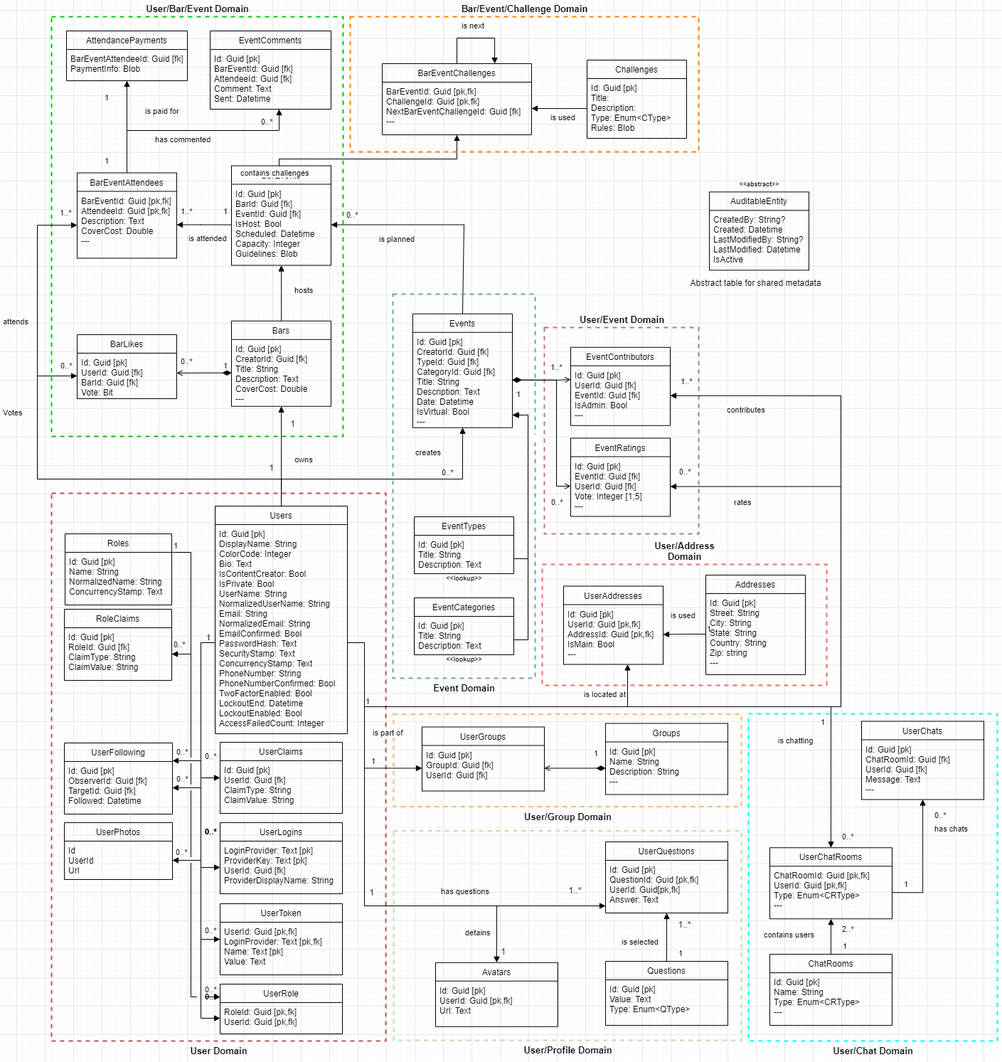
Earlier version of the draw.io export Documentation/Diagrams/Domain/class_uml.drawio.png (Super0silveR/DowntownApp-CAPSTONE). Source tidied: cells renumbered, new cells last; positions are measured from the earlier drawing's top-left corner, leaving out a move shared by most shapes.
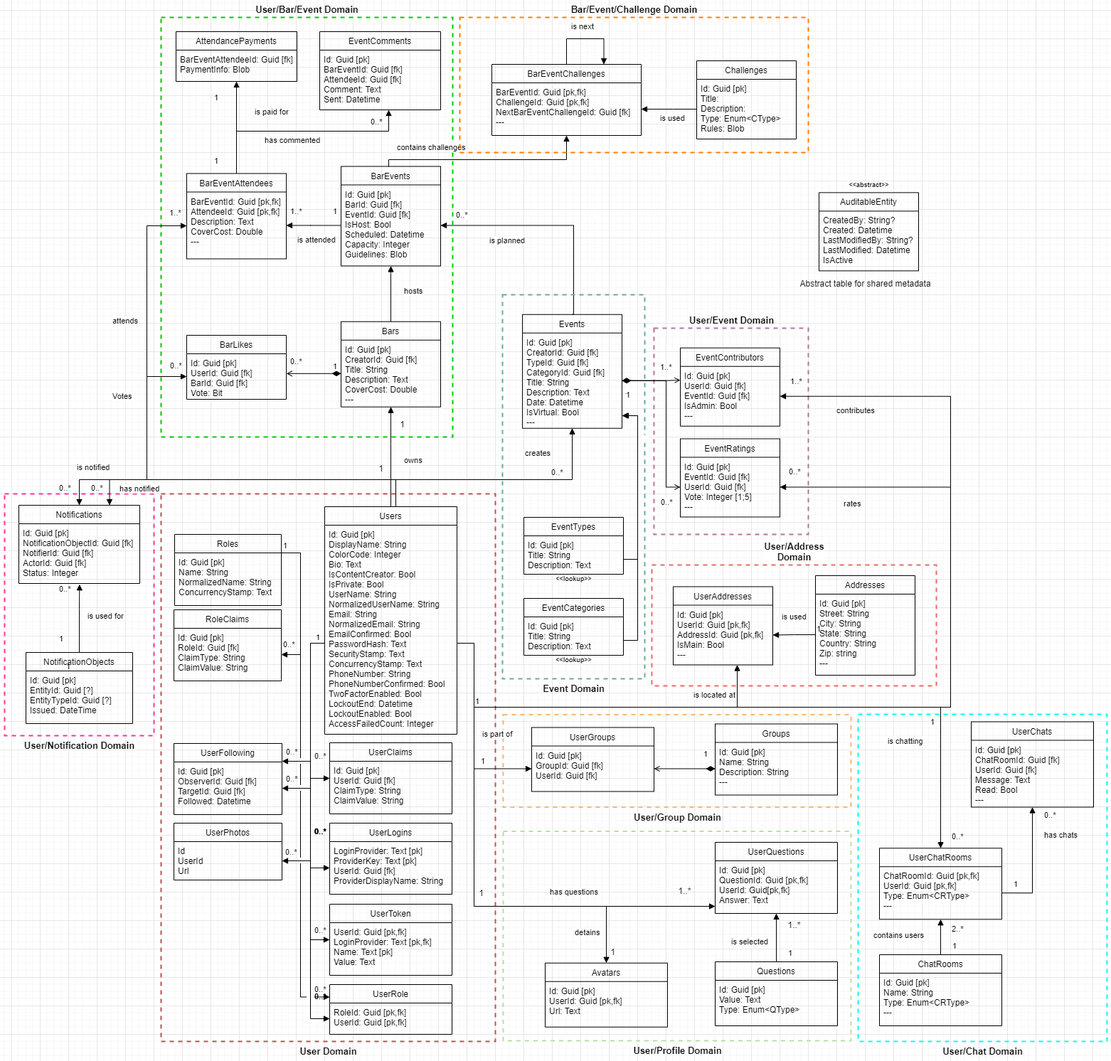
Above is the later version.

Commit message:
changes to our uml diagram. added notifications and small update to userchats

The edit, as a diff of the source:
```diff
@@ -2,6 +2,9 @@
   <root>
     <mxCell id="0" />
     <mxCell id="1" parent="0" />
+    <mxCell id="179" value="&lt;b&gt;&lt;font style=&quot;font-size: 13px;&quot;&gt;User/Notification Domain&lt;/font&gt;&lt;/b&gt;" style="verticalLabelPosition=bottom;verticalAlign=top;html=1;shape=mxgraph.basic.rect;fillColor2=none;strokeWidth=2;size=20;indent=5;fillColor=none;dashed=1;strokeColor=#FF3399;" parent="1" vertex="1">
+      <mxGeometry x="-200" y="670" width="210" height="340" as="geometry" />
+    </mxCell>
     <mxCell id="2" value="&lt;b&gt;&lt;font style=&quot;font-size: 13px;&quot;&gt;User/Chat Domain&lt;/font&gt;&lt;/b&gt;" style="verticalLabelPosition=bottom;verticalAlign=top;html=1;shape=mxgraph.basic.rect;fillColor2=none;strokeWidth=2;size=20;indent=5;fillColor=none;dashed=1;strokeColor=#00FFFF;" parent="1" vertex="1">
       <mxGeometry x="1000" y="980" width="350" height="460" as="geometry" />
     </mxCell>
@@ -619,13 +622,12 @@
       </mxGeometry>
     </mxCell>
     <mxCell id="141" value="contains challenges" style="endArrow=block;endFill=1;html=1;align=left;verticalAlign=top;rounded=0;edgeStyle=orthogonalEdgeStyle;" parent="1" edge="1" target="167">
-      <mxGeometry x="-0.93" y="36" relative="1" as="geometry">
+      <mxGeometry x="-0.86" y="30" relative="1" as="geometry">
         <mxPoint x="340" y="210" as="sourcePoint" />
         <Array as="points">
           <mxPoint x="340" y="200" />
           <mxPoint x="590" y="200" />
         </Array>
-        <mxPoint x="-20" y="6" as="offset" />
       </mxGeometry>
     </mxCell>
     <mxCell id="142" value="UserAddresses" style="swimlane;fontStyle=0;horizontal=1;startSize=26;fillColor=none;" parent="1" vertex="1">
@@ -659,10 +661,10 @@
       <mxGeometry y="26" width="172" height="74" as="geometry" />
     </mxCell>
     <mxCell id="152" value="UserChats" style="swimlane;fontStyle=0;horizontal=1;startSize=26;fillColor=none;labelBackgroundColor=none;" parent="1" vertex="1">
-      <mxGeometry x="1159" y="990.5" width="172" height="110" as="geometry" />
+      <mxGeometry x="1159" y="990.5" width="172" height="120" as="geometry" />
     </mxCell>
-    <mxCell id="153" value="Id: Guid [pk]&#10;ChatRoomId: Guid [fk]&#10;UserId: Guid [fk]&#10;Message: Text&#10;---" style="text;strokeColor=none;fillColor=none;align=left;verticalAlign=top;spacingLeft=4;spacingRight=4;overflow=hidden;labelBackgroundColor=none;" parent="152" vertex="1">
-      <mxGeometry y="26" width="172" height="84" as="geometry" />
+    <mxCell id="153" value="Id: Guid [pk]&#10;ChatRoomId: Guid [fk]&#10;UserId: Guid [fk]&#10;Message: Text&#10;Read: Bool&#10;---" style="text;strokeColor=none;fillColor=none;align=left;verticalAlign=top;spacingLeft=4;spacingRight=4;overflow=hidden;labelBackgroundColor=none;" parent="152" vertex="1">
+      <mxGeometry y="26" width="172" height="94" as="geometry" />
     </mxCell>
     <mxCell id="154" value="contains users" style="endArrow=block;endFill=1;html=1;edgeStyle=orthogonalEdgeStyle;align=left;verticalAlign=top;rounded=0;exitX=0.5;exitY=0;exitDx=0;exitDy=0;" parent="1" edge="1" source="148" target="150">
       <mxGeometry x="0.6" y="96" relative="1" as="geometry" />
@@ -772,7 +774,7 @@
       <mxGeometry x="720" y="500" as="geometry" />
     </mxCell>
     <mxCell id="176" value="Votes" style="endArrow=block;endFill=1;html=1;align=left;verticalAlign=top;rounded=0;exitX=0.5;exitY=0;exitDx=0;exitDy=0;edgeStyle=orthogonalEdgeStyle;entryX=0;entryY=0.5;entryDx=0;entryDy=0;" parent="1" edge="1" source="24" target="67">
-      <mxGeometry x="0.68" y="50" relative="1" as="geometry">
+      <mxGeometry x="0.76" y="50" relative="1" as="geometry">
         <Array as="points">
           <mxPoint x="343" y="650" />
           <mxPoint y="650" />
@@ -788,5 +790,72 @@
     <mxCell id="178" value="1..*" style="edgeLabel;html=1;align=left;verticalAlign=bottom;labelBackgroundColor=none;" parent="1" vertex="1">
       <mxGeometry x="30" y="283" as="geometry" />
     </mxCell>
+    <mxCell id="180" value="Notifications" style="swimlane;fontStyle=0;horizontal=1;startSize=26;fillColor=none;labelBackgroundColor=none;" parent="1" vertex="1">
+      <mxGeometry x="-180" y="686" width="170" height="110" as="geometry" />
+    </mxCell>
+    <mxCell id="181" value="Id: Guid [pk]&#10;NotificationObjectId: Guid [fk]&#10;NotifierId: Guid [fk]&#10;ActorId: Guid [fk]&#10;Status: Integer" style="text;strokeColor=none;fillColor=none;align=left;verticalAlign=top;spacingLeft=4;spacingRight=4;overflow=hidden;points=[[0,0.5],[1,0.5]];portConstraint=eastwest;labelBackgroundColor=none;" parent="180" vertex="1">
+      <mxGeometry y="26" width="170" height="84" as="geometry" />
+    </mxCell>
+    <mxCell id="182" value="NotificationObjects" style="swimlane;fontStyle=0;horizontal=1;startSize=26;fillColor=none;labelBackgroundColor=none;" parent="1" vertex="1">
+      <mxGeometry x="-170" y="893" width="150" height="100" as="geometry" />
+    </mxCell>
+    <mxCell id="183" value="Id: Guid [pk]&#10;EntityId: Guid [?]&#10;EntityTypeId: Guid [?]&#10;Issued: DateTime" style="text;strokeColor=none;fillColor=none;align=left;verticalAlign=top;spacingLeft=4;spacingRight=4;overflow=hidden;labelBackgroundColor=none;" parent="182" vertex="1">
+      <mxGeometry y="26" width="150" height="74" as="geometry" />
+    </mxCell>
+    <mxCell id="184" value="is notified" style="endArrow=block;endFill=1;html=1;align=left;verticalAlign=top;rounded=0;exitX=0.5;exitY=0;exitDx=0;exitDy=0;edgeStyle=orthogonalEdgeStyle;entryX=0.5;entryY=0;entryDx=0;entryDy=0;" parent="1" edge="1" source="24" target="180">
+      <mxGeometry x="0.86" y="-30" relative="1" as="geometry">
+        <Array as="points">
+          <mxPoint x="343" y="650" />
+          <mxPoint x="-95" y="650" />
+        </Array>
+        <mxPoint x="25" y="-30" as="offset" />
+      </mxGeometry>
+    </mxCell>
+    <mxCell id="185" value="0..*" style="edgeLabel;html=1;align=left;verticalAlign=bottom;labelBackgroundColor=none;" parent="184" vertex="1">
+      <mxGeometry x="-1" relative="1" as="geometry">
+        <mxPoint x="-109" y="465" as="offset" />
+      </mxGeometry>
+    </mxCell>
+    <mxCell id="186" value="has notified" style="endArrow=block;endFill=1;html=1;align=left;verticalAlign=top;rounded=0;exitX=0.5;exitY=0;exitDx=0;exitDy=0;edgeStyle=orthogonalEdgeStyle;entryX=0.75;entryY=0;entryDx=0;entryDy=0;" parent="1" edge="1" source="24" target="180">
+      <mxGeometry x="0.8" relative="1" as="geometry">
+        <Array as="points">
+          <mxPoint x="350" y="688" />
+          <mxPoint x="350" y="650" />
+          <mxPoint x="-52" y="650" />
+        </Array>
+      </mxGeometry>
+    </mxCell>
+    <mxCell id="187" value="0..*" style="edgeLabel;html=1;align=left;verticalAlign=bottom;labelBackgroundColor=none;" parent="186" vertex="1">
+      <mxGeometry x="-1" relative="1" as="geometry">
+        <mxPoint x="-109" y="465" as="offset" />
+      </mxGeometry>
+    </mxCell>
+    <mxCell id="188" value="is used for" style="endArrow=block;endFill=1;html=1;align=left;verticalAlign=top;rounded=0;edgeStyle=orthogonalEdgeStyle;entryX=0.502;entryY=1.015;entryDx=0;entryDy=0;exitX=0.5;exitY=0;exitDx=0;exitDy=0;entryPerimeter=0;" parent="1" edge="1" source="182" target="181">
+      <mxGeometry x="0.34" y="-10" relative="1" as="geometry">
+        <Array as="points">
+          <mxPoint x="-95" y="832" />
+          <mxPoint x="-95" y="832" />
+        </Array>
+      </mxGeometry>
+    </mxCell>
+    <mxCell id="189" value="1" style="edgeLabel;html=1;align=left;verticalAlign=bottom;labelBackgroundColor=none;" parent="188" vertex="1">
+      <mxGeometry x="-1" relative="1" as="geometry">
+        <mxPoint x="-30" y="-11" as="offset" />
+      </mxGeometry>
+    </mxCell>
+    <mxCell id="190" value="1" style="edgeLabel;html=1;align=left;verticalAlign=bottom;labelBackgroundColor=none;" parent="188" vertex="1">
+      <mxGeometry x="-1" relative="1" as="geometry">
+        <mxPoint x="-20" y="28" as="offset" />
+      </mxGeometry>
+    </mxCell>
+    <mxCell id="191" value="0..*" style="edgeLabel;html=1;align=left;verticalAlign=bottom;labelBackgroundColor=none;" parent="1" vertex="1">
+      <mxGeometry x="-125" y="812" as="geometry" />
+    </mxCell>
+    <mxCell id="192" value="0..*" style="edgeLabel;html=1;align=left;verticalAlign=bottom;labelBackgroundColor=none;" parent="1" vertex="1">
+      <mxGeometry x="-125" y="670" as="geometry" />
+    </mxCell>
+    <mxCell id="193" value="0..*" style="edgeLabel;html=1;align=left;verticalAlign=bottom;labelBackgroundColor=none;" parent="1" vertex="1">
+      <mxGeometry x="-80" y="670" as="geometry" />
+    </mxCell>
   </root>
 </mxGraphModel>
```
